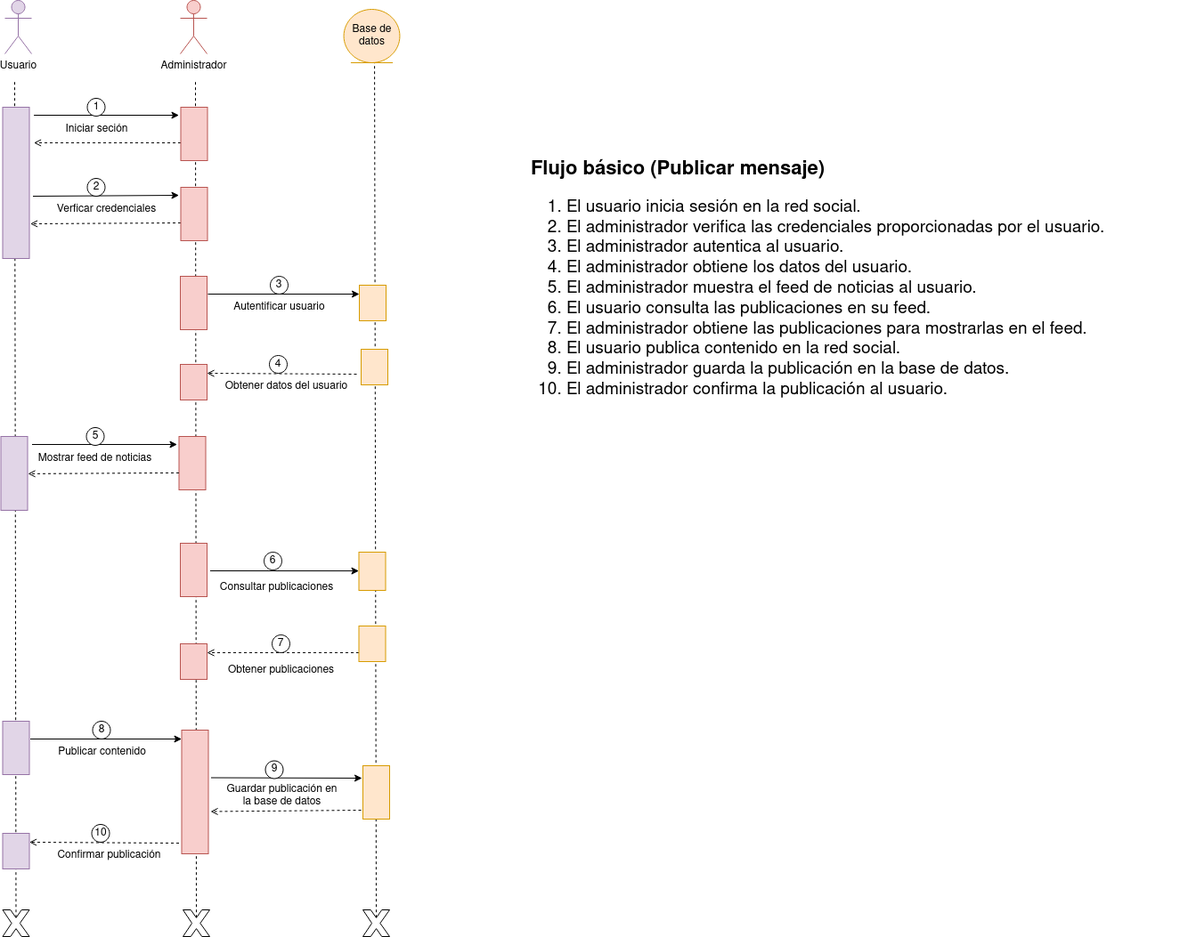
Before: diagramas/tarea5 (red social)/diagrama_secuencias_red_social.png, a diagram exported from draw.io (Chugani05/entorno_de_desarrollo). Source tidied: cells renumbered, new cells last; positions are measured from the earlier drawing's top-left corner, leaving out a move shared by most shapes.
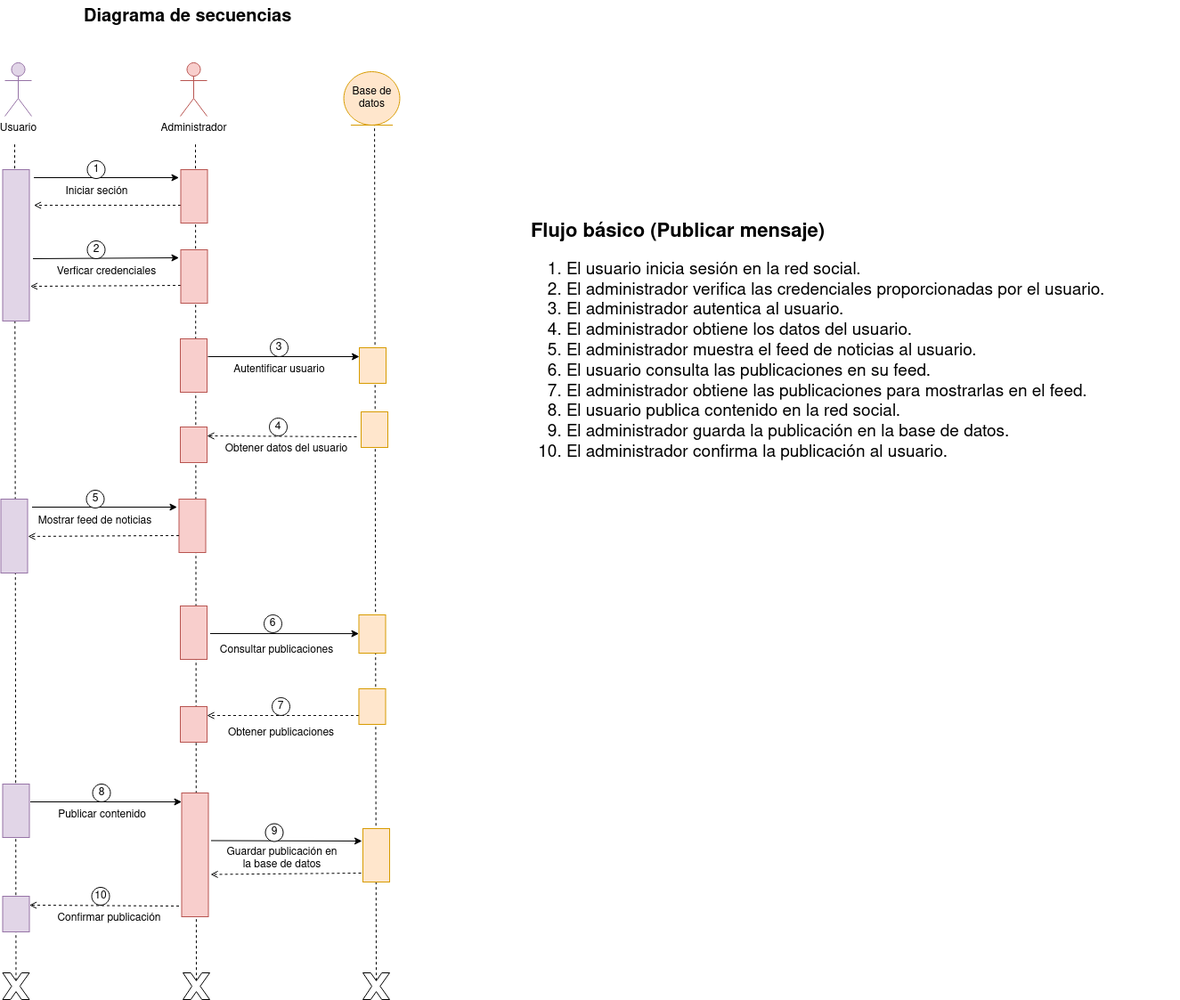
After the commit.

What changed in the source:
```diff
@@ -225,5 +225,8 @@
         <mxPoint x="236" y="911.5" as="targetPoint" />
       </mxGeometry>
     </mxCell>
+    <mxCell id="63" value="&lt;b&gt;&lt;font style=&quot;font-size: 20px;&quot;&gt;Diagrama de secuencias&lt;/font&gt;&lt;/b&gt;" style="text;whiteSpace=wrap;html=1;" parent="1" vertex="1">
+      <mxGeometry x="92" y="-70" width="270" height="50" as="geometry" />
+    </mxCell>
   </root>
 </mxGraphModel>
```
